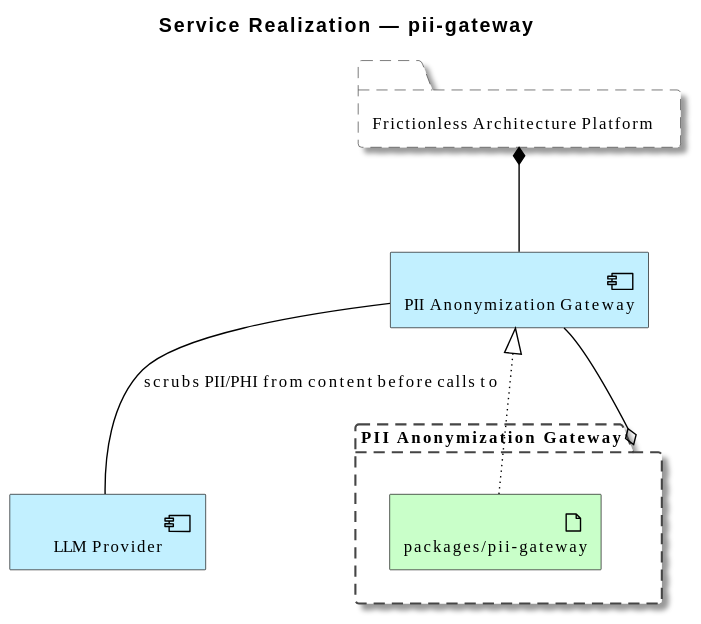
Earlier version of the PlantUML export architecture/model/diagrams/business/service-realization/pii-gateway.svg (wolffy-au/frictionless-architect). Its diagram source:
```plantuml
@startuml
!include <archimate/Archimate>

scale max 3800 width
title Service Realization — pii-gateway

Grouping(e_id54dd4701dbf151, "Frictionless Architecture Platform")
Application_Component(e_idc7fc80ba220752, "PII Anonymization Gateway")
Application_Component(e_id2610ae0cc2cc50, "LLM Provider")
Grouping(e_id0305c87937d55f, "PII Anonymization Gateway") {
  Technology_Artifact(e_id8b34f5f03beb50, "packages/pii-gateway")
}

Rel_Composition(e_id54dd4701dbf151, e_idc7fc80ba220752, "")
Rel_Association(e_idc7fc80ba220752, e_id2610ae0cc2cc50, "scrubs PII/PHI from content before calls to")
Rel_Realization_Up(e_id8b34f5f03beb50, e_idc7fc80ba220752, "")
Rel_Aggregation(e_id0305c87937d55f, e_idc7fc80ba220752, "")
@enduml
```
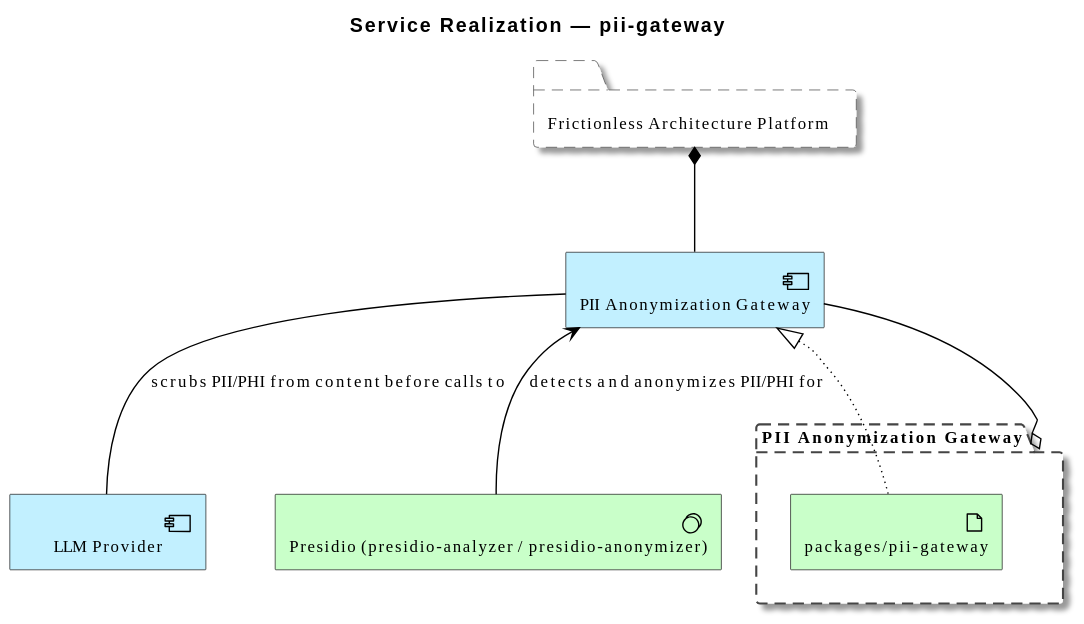
After the commit.

Change to the diagram source:
```diff
@@ -7,6 +7,7 @@
 Grouping(e_id54dd4701dbf151, "Frictionless Architecture Platform")
 Application_Component(e_idc7fc80ba220752, "PII Anonymization Gateway")
 Application_Component(e_id2610ae0cc2cc50, "LLM Provider")
+Technology_SystemSoftware(e_idd46328fd3f165d, "Presidio (presidio-analyzer / presidio-anonymizer)")
 Grouping(e_id0305c87937d55f, "PII Anonymization Gateway") {
   Technology_Artifact(e_id8b34f5f03beb50, "packages/pii-gateway")
 }
@@ -14,5 +15,6 @@
 Rel_Composition(e_id54dd4701dbf151, e_idc7fc80ba220752, "")
 Rel_Association(e_idc7fc80ba220752, e_id2610ae0cc2cc50, "scrubs PII/PHI from content before calls to")
 Rel_Realization_Up(e_id8b34f5f03beb50, e_idc7fc80ba220752, "")
+Rel_Serving_Up(e_idd46328fd3f165d, e_idc7fc80ba220752, "detects and anonymizes PII/PHI for")
 Rel_Aggregation(e_id0305c87937d55f, e_idc7fc80ba220752, "")
 @enduml
```
